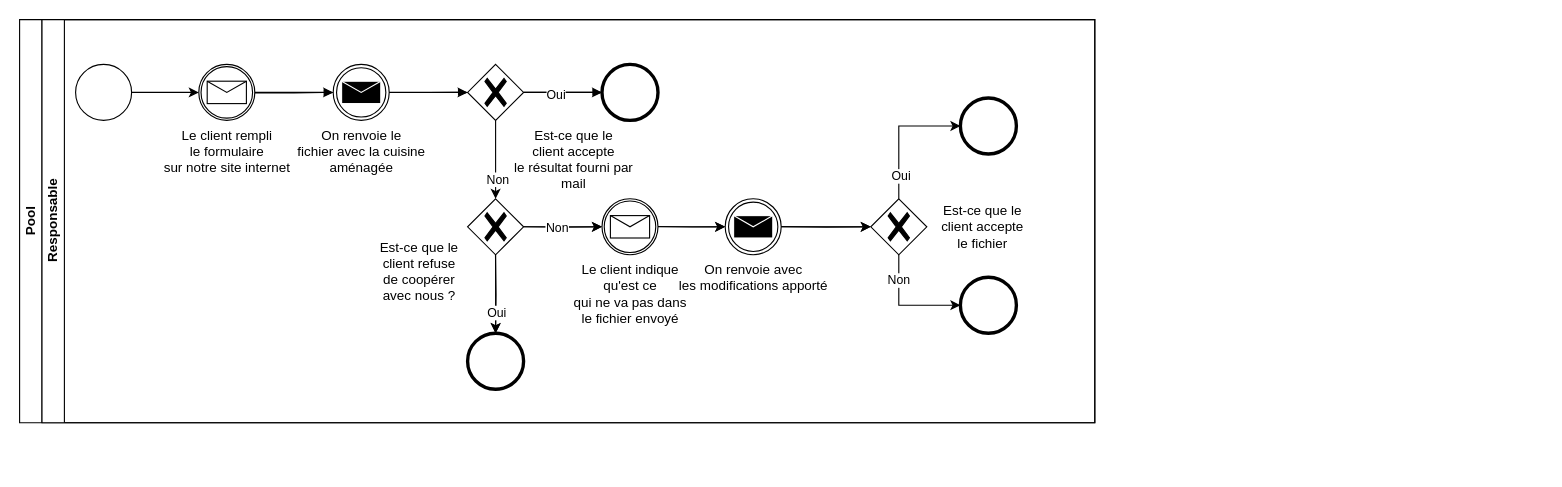
The draw.io diagram Livraison.drawio in quemet/Draw.io, before the edit. Source tidied: cells renumbered, new cells numbered last; positions are measured from the earlier drawing's top-left corner, leaving out a move shared by most shapes. Both pictures are drawn from the tidied source at 112%, with x=0, y=0 at pixel (19, 19).
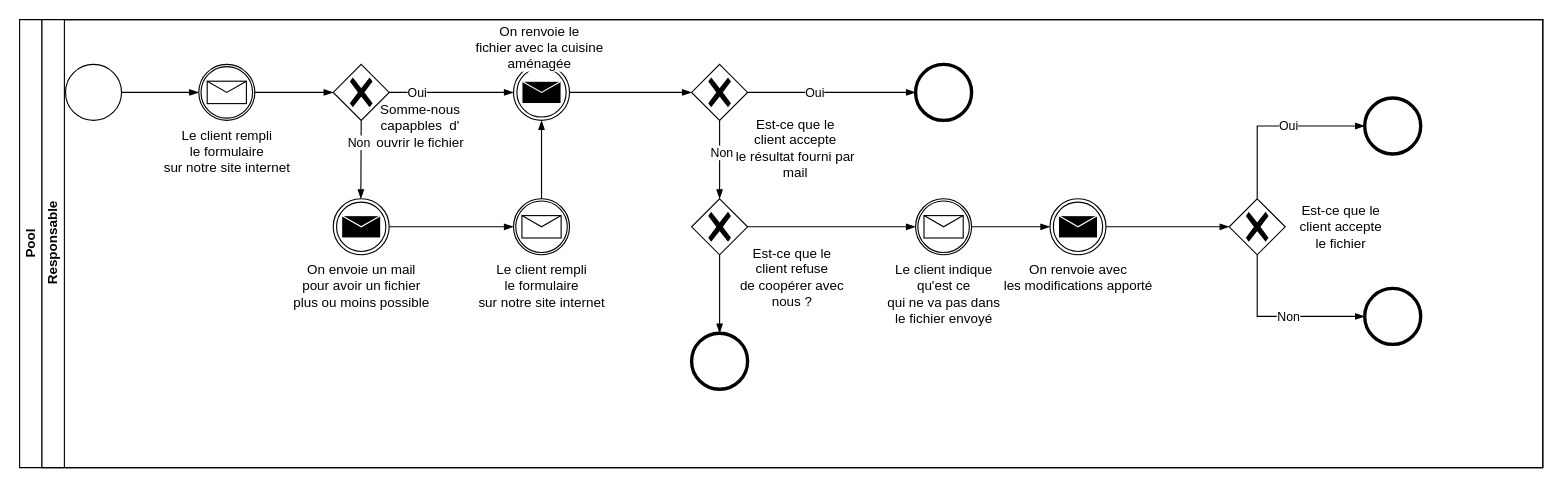
After the change.

Commit message:
Mettre à jour Livraison.drawio

Unchanged cells that the change refers to:
```xml
<mxCell id="9" value="Le client rempli &lt;br&gt;le formulaire &lt;br&gt;sur notre site internet" style="points=[[0.145,0.145,0],[0.5,0,0],[0.855,0.145,0],[1,0.5,0],[0.855,0.855,0],[0.5,1,0],[0.145,0.855,0],[0,0.5,0]];shape=mxgraph.bpmn.event;html=1;verticalLabelPosition=bottom;labelBackgroundColor=#ffffff;verticalAlign=top;align=center;perimeter=ellipsePerimeter;outlineConnect=0;outline=catching;symbol=message;" parent="3" vertex="1">
  <mxGeometry x="140" y="40" width="50" height="50" as="geometry" />
</mxCell>
```

The edit, as a diff of the source:
```diff
@@
     <mxCell id="2" value="Pool" style="swimlane;html=1;horizontal=0;startSize=20;whiteSpace=wrap;" parent="1" vertex="1">
-      <mxGeometry width="960" height="360" as="geometry" />
+      <mxGeometry width="1360" height="400" as="geometry" />
     </mxCell>
     <mxCell id="3" value="Responsable" style="swimlane;html=1;startSize=20;horizontal=0;" parent="1" vertex="1">
-      <mxGeometry x="20" width="940" height="360" as="geometry" />
+      <mxGeometry x="20" width="1340" height="400" as="geometry" />
     </mxCell>
-    <mxCell id="4" style="edgeStyle=orthogonalEdgeStyle;rounded=0;jettySize=auto;html=1;" parent="3" edge="1" source="5" target="9">
-      <mxGeometry relative="1" as="geometry" />
-    </mxCell>
     <mxCell id="5" style="points=[[0.145,0.145,0],[0.5,0,0],[0.855,0.145,0],[1,0.5,0],[0.855,0.855,0],[0.5,1,0],[0.145,0.855,0],[0,0.5,0]];shape=mxgraph.bpmn.event;html=1;verticalLabelPosition=bottom;labelBackgroundColor=#ffffff;verticalAlign=top;align=center;perimeter=ellipsePerimeter;outlineConnect=0;outline=standard;symbol=general;" parent="3" vertex="1">
-      <mxGeometry x="30" y="40" width="50" height="50" as="geometry" />
+      <mxGeometry x="21" y="40" width="50" height="50" as="geometry" />
     </mxCell>
-    <mxCell id="6" style="edgeStyle=orthogonalEdgeStyle;rounded=0;jettySize=auto;html=1;" parent="3" edge="1" source="7" target="13">
-      <mxGeometry relative="1" as="geometry" />
-    </mxCell>
-    <mxCell id="7" value="On renvoie le &lt;br&gt;fichier avec la cuisine &lt;br&gt;aménagée" style="points=[[0.145,0.145,0],[0.5,0,0],[0.855,0.145,0],[1,0.5,0],[0.855,0.855,0],[0.5,1,0],[0.145,0.855,0],[0,0.5,0]];shape=mxgraph.bpmn.event;html=1;verticalLabelPosition=bottom;labelBackgroundColor=#ffffff;verticalAlign=top;align=center;perimeter=ellipsePerimeter;outlineConnect=0;outline=throwing;symbol=message;" parent="3" vertex="1">
-      <mxGeometry x="260" y="40" width="50" height="50" as="geometry" />
+    <mxCell id="7" style="points=[[0.145,0.145,0],[0.5,0,0],[0.855,0.145,0],[1,0.5,0],[0.855,0.855,0],[0.5,1,0],[0.145,0.855,0],[0,0.5,0]];shape=mxgraph.bpmn.event;html=1;verticalLabelPosition=bottom;labelBackgroundColor=#ffffff;verticalAlign=top;align=center;perimeter=ellipsePerimeter;outlineConnect=0;outline=throwing;symbol=message;" parent="3" vertex="1">
+      <mxGeometry x="421" y="40" width="50" height="50" as="geometry" />
     </mxCell>
-    <mxCell id="8" style="edgeStyle=orthogonalEdgeStyle;rounded=0;jettySize=auto;html=1;" parent="3" edge="1" source="9" target="7">
-      <mxGeometry relative="1" as="geometry" />
-    </mxCell>
@@
-    <mxCell id="10" style="edgeStyle=orthogonalEdgeStyle;rounded=0;jettySize=auto;html=1;" parent="3" edge="1" source="13" target="14">
-      <mxGeometry relative="1" as="geometry" />
-    </mxCell>
-    <mxCell id="11" style="edgeStyle=orthogonalEdgeStyle;rounded=0;jettySize=auto;html=1;" parent="3" edge="1" source="13" target="17">
-      <mxGeometry relative="1" as="geometry" />
-    </mxCell>
-    <mxCell id="12" value="Non" style="edgeLabel;html=1;align=center;verticalAlign=middle;" parent="11" vertex="1">
-      <mxGeometry x="0.49" y="1" relative="1" as="geometry" />
-    </mxCell>
     <mxCell id="13" style="points=[[0.25,0.25,0],[0.5,0,0],[0.75,0.25,0],[1,0.5,0],[0.75,0.75,0],[0.5,1,0],[0.25,0.75,0],[0,0.5,0]];shape=mxgraph.bpmn.gateway2;html=1;verticalLabelPosition=bottom;labelBackgroundColor=#ffffff;verticalAlign=top;align=center;perimeter=rhombusPerimeter;outlineConnect=0;outline=none;symbol=none;gwType=exclusive;" parent="3" vertex="1">
-      <mxGeometry x="380" y="40" width="50" height="50" as="geometry" />
+      <mxGeometry x="580" y="160" width="50" height="50" as="geometry" />
     </mxCell>
     <mxCell id="14" style="points=[[0.145,0.145,0],[0.5,0,0],[0.855,0.145,0],[1,0.5,0],[0.855,0.855,0],[0.5,1,0],[0.145,0.855,0],[0,0.5,0]];shape=mxgraph.bpmn.event;html=1;verticalLabelPosition=bottom;labelBackgroundColor=#ffffff;verticalAlign=top;align=center;perimeter=ellipsePerimeter;outlineConnect=0;outline=end;symbol=terminate2;" parent="3" vertex="1">
-      <mxGeometry x="500" y="40" width="50" height="50" as="geometry" />
+      <mxGeometry x="780" y="40" width="50" height="50" as="geometry" />
     </mxCell>
-    <mxCell id="15" style="edgeStyle=orthogonalEdgeStyle;rounded=0;jettySize=auto;html=1;" parent="3" edge="1" source="17" target="18">
-      <mxGeometry relative="1" as="geometry" />
-    </mxCell>
-    <mxCell id="16" style="edgeStyle=orthogonalEdgeStyle;rounded=0;jettySize=auto;html=1;" parent="3" edge="1" source="17" target="20">
-      <mxGeometry relative="1" as="geometry" />
-    </mxCell>
     <mxCell id="17" style="points=[[0.25,0.25,0],[0.5,0,0],[0.75,0.25,0],[1,0.5,0],[0.75,0.75,0],[0.5,1,0],[0.25,0.75,0],[0,0.5,0]];shape=mxgraph.bpmn.gateway2;html=1;verticalLabelPosition=bottom;labelBackgroundColor=#ffffff;verticalAlign=top;align=center;perimeter=rhombusPerimeter;outlineConnect=0;outline=none;symbol=none;gwType=exclusive;" parent="3" vertex="1">
-      <mxGeometry x="380" y="160" width="50" height="50" as="geometry" />
+      <mxGeometry x="580" y="40" width="50" height="50" as="geometry" />
     </mxCell>
     <mxCell id="18" style="points=[[0.145,0.145,0],[0.5,0,0],[0.855,0.145,0],[1,0.5,0],[0.855,0.855,0],[0.5,1,0],[0.145,0.855,0],[0,0.5,0]];shape=mxgraph.bpmn.event;html=1;verticalLabelPosition=bottom;labelBackgroundColor=#ffffff;verticalAlign=top;align=center;perimeter=ellipsePerimeter;outlineConnect=0;outline=end;symbol=terminate2;" parent="3" vertex="1">
-      <mxGeometry x="380" y="280" width="50" height="50" as="geometry" />
+      <mxGeometry x="580" y="280" width="50" height="50" as="geometry" />
     </mxCell>
-    <mxCell id="19" style="edgeStyle=orthogonalEdgeStyle;rounded=0;jettySize=auto;html=1;" parent="3" edge="1" source="20" target="22">
-      <mxGeometry relative="1" as="geometry" />
-    </mxCell>
     <mxCell id="20" value="Le client indique &lt;br&gt;qu'est ce&lt;br&gt;qui ne va pas dans &lt;br&gt;le fichier envoyé" style="points=[[0.145,0.145,0],[0.5,0,0],[0.855,0.145,0],[1,0.5,0],[0.855,0.855,0],[0.5,1,0],[0.145,0.855,0],[0,0.5,0]];shape=mxgraph.bpmn.event;html=1;verticalLabelPosition=bottom;labelBackgroundColor=#ffffff;verticalAlign=top;align=center;perimeter=ellipsePerimeter;outlineConnect=0;outline=catching;symbol=message;" parent="3" vertex="1">
-      <mxGeometry x="500" y="160" width="50" height="50" as="geometry" />
+      <mxGeometry x="780" y="160" width="50" height="50" as="geometry" />
     </mxCell>
-    <mxCell id="21" style="edgeStyle=orthogonalEdgeStyle;rounded=0;jettySize=auto;html=1;" parent="3" edge="1" source="22" target="23">
-      <mxGeometry relative="1" as="geometry" />
-    </mxCell>
     <mxCell id="22" value="On renvoie avec &lt;br&gt;les modifications apporté" style="points=[[0.145,0.145,0],[0.5,0,0],[0.855,0.145,0],[1,0.5,0],[0.855,0.855,0],[0.5,1,0],[0.145,0.855,0],[0,0.5,0]];shape=mxgraph.bpmn.event;html=1;verticalLabelPosition=bottom;labelBackgroundColor=#ffffff;verticalAlign=top;align=center;perimeter=ellipsePerimeter;outlineConnect=0;outline=throwing;symbol=message;" parent="3" vertex="1">
-      <mxGeometry x="610" y="160" width="50" height="50" as="geometry" />
+      <mxGeometry x="900" y="160" width="50" height="50" as="geometry" />
     </mxCell>
     <mxCell id="23" style="points=[[0.25,0.25,0],[0.5,0,0],[0.75,0.25,0],[1,0.5,0],[0.75,0.75,0],[0.5,1,0],[0.25,0.75,0],[0,0.5,0]];shape=mxgraph.bpmn.gateway2;html=1;verticalLabelPosition=bottom;labelBackgroundColor=#ffffff;verticalAlign=top;align=center;perimeter=rhombusPerimeter;outlineConnect=0;outline=none;symbol=none;gwType=exclusive;" parent="3" vertex="1">
-      <mxGeometry x="740" y="160" width="50" height="50" as="geometry" />
+      <mxGeometry x="1060" y="160" width="50" height="50" as="geometry" />
     </mxCell>
     <mxCell id="24" style="points=[[0.145,0.145,0],[0.5,0,0],[0.855,0.145,0],[1,0.5,0],[0.855,0.855,0],[0.5,1,0],[0.145,0.855,0],[0,0.5,0]];shape=mxgraph.bpmn.event;html=1;verticalLabelPosition=bottom;labelBackgroundColor=#ffffff;verticalAlign=top;align=center;perimeter=ellipsePerimeter;outlineConnect=0;outline=end;symbol=terminate2;" parent="3" vertex="1">
-      <mxGeometry x="820" y="70" width="50" height="50" as="geometry" />
+      <mxGeometry x="1181" y="70" width="50" height="50" as="geometry" />
     </mxCell>
     <mxCell id="25" style="points=[[0.145,0.145,0],[0.5,0,0],[0.855,0.145,0],[1,0.5,0],[0.855,0.855,0],[0.5,1,0],[0.145,0.855,0],[0,0.5,0]];shape=mxgraph.bpmn.event;html=1;verticalLabelPosition=bottom;labelBackgroundColor=#ffffff;verticalAlign=top;align=center;perimeter=ellipsePerimeter;outlineConnect=0;outline=end;symbol=terminate2;" parent="3" vertex="1">
-      <mxGeometry x="820" y="230" width="50" height="50" as="geometry" />
+      <mxGeometry x="1181" y="240" width="50" height="50" as="geometry" />
     </mxCell>
-    <mxCell id="26" style="edgeStyle=elbowEdgeStyle;fontSize=12;html=1;endArrow=blockThin;endFill=1;rounded=0;entryX=0;entryY=0.5;entryDx=0;entryDy=0;entryPerimeter=0;" parent="3" edge="1" target="7">
-      <mxGeometry relative="1" as="geometry">
-        <mxPoint x="190" y="65.5" as="sourcePoint" />
-      </mxGeometry>
-    </mxCell>
-    <mxCell id="27" style="edgeStyle=elbowEdgeStyle;fontSize=12;html=1;endArrow=blockThin;endFill=1;rounded=0;entryX=0;entryY=0.5;entryDx=0;entryDy=0;entryPerimeter=0;" parent="3" edge="1" target="13">
-      <mxGeometry relative="1" as="geometry">
-        <mxPoint x="310" y="65.1" as="sourcePoint" />
-      </mxGeometry>
-    </mxCell>
-    <mxCell id="28" style="edgeStyle=elbowEdgeStyle;fontSize=12;html=1;endArrow=blockThin;endFill=1;rounded=0;entryX=0;entryY=0.5;entryDx=0;entryDy=0;entryPerimeter=0;elbow=vertical;" parent="3" edge="1" target="14">
-      <mxGeometry relative="1" as="geometry">
-        <mxPoint x="430" y="65" as="sourcePoint" />
-      </mxGeometry>
-    </mxCell>
-    <mxCell id="29" value="Oui" style="edgeLabel;html=1;align=center;verticalAlign=middle;" parent="28" vertex="1">
-      <mxGeometry x="-0.2" y="-1" relative="1" as="geometry" />
-    </mxCell>
-    <mxCell id="30" style="edgeStyle=orthogonalEdgeStyle;rounded=0;jettySize=auto;html=1;entryX=0.5;entryY=0;entryDx=0;entryDy=0;entryPerimeter=0;" parent="3" edge="1" target="18">
-      <mxGeometry relative="1" as="geometry">
-        <mxPoint x="404.9" y="210" as="sourcePoint" />
-      </mxGeometry>
-    </mxCell>
-    <mxCell id="31" value="Oui" style="edgeLabel;html=1;align=center;verticalAlign=middle;" parent="30" vertex="1">
-      <mxGeometry x="0.49" relative="1" as="geometry" />
-    </mxCell>
-    <mxCell id="32" style="edgeStyle=orthogonalEdgeStyle;rounded=0;jettySize=auto;html=1;entryX=0;entryY=0.5;entryDx=0;entryDy=0;entryPerimeter=0;" parent="3" edge="1" target="20">
-      <mxGeometry relative="1" as="geometry">
-        <mxPoint x="430" y="184.9" as="sourcePoint" />
-      </mxGeometry>
-    </mxCell>
-    <mxCell id="33" value="Non" style="edgeLabel;html=1;align=center;verticalAlign=middle;" parent="32" vertex="1">
-      <mxGeometry x="-0.15" relative="1" as="geometry" />
-    </mxCell>
-    <mxCell id="34" style="edgeStyle=orthogonalEdgeStyle;rounded=0;jettySize=auto;html=1;entryX=0;entryY=0.5;entryDx=0;entryDy=0;entryPerimeter=0;" parent="3" edge="1" target="22">
-      <mxGeometry relative="1" as="geometry">
-        <mxPoint x="550" y="184.7" as="sourcePoint" />
-      </mxGeometry>
-    </mxCell>
-    <mxCell id="35" style="edgeStyle=orthogonalEdgeStyle;rounded=0;jettySize=auto;html=1;entryX=0;entryY=0.5;entryDx=0;entryDy=0;entryPerimeter=0;" parent="3" edge="1" target="23">
-      <mxGeometry relative="1" as="geometry">
-        <mxPoint x="660" y="184.8" as="sourcePoint" />
-      </mxGeometry>
-    </mxCell>
-    <mxCell id="36" style="edgeStyle=orthogonalEdgeStyle;rounded=0;jettySize=auto;html=1;entryX=0;entryY=0.5;entryDx=0;entryDy=0;entryPerimeter=0;" parent="3" edge="1" target="24">
-      <mxGeometry relative="1" as="geometry">
-        <mxPoint x="765" y="160" as="sourcePoint" />
-        <Array as="points">
-          <mxPoint x="765" y="95" />
-        </Array>
-      </mxGeometry>
-    </mxCell>
-    <mxCell id="37" value="Oui" style="edgeLabel;html=1;align=center;verticalAlign=middle;" parent="36" vertex="1">
-      <mxGeometry x="-0.65" y="-1" relative="1" as="geometry" />
-    </mxCell>
-    <mxCell id="38" style="edgeStyle=orthogonalEdgeStyle;rounded=0;jettySize=auto;html=1;" parent="3" edge="1" target="25">
-      <mxGeometry relative="1" as="geometry">
-        <mxPoint x="765" y="210" as="sourcePoint" />
-        <Array as="points">
-          <mxPoint x="765" y="255" />
-        </Array>
-      </mxGeometry>
-    </mxCell>
-    <mxCell id="39" value="Non" style="edgeLabel;html=1;align=center;verticalAlign=middle;" parent="38" vertex="1">
-      <mxGeometry x="-0.57" y="-1" relative="1" as="geometry" />
-    </mxCell>
-    <mxCell id="40" value="Est-ce que le client accepte le fichier" style="text;html=1;strokeColor=none;fillColor=none;align=center;verticalAlign=middle;whiteSpace=wrap;rounded=0;" parent="3" vertex="1">
-      <mxGeometry x="800" y="170" width="80" height="30" as="geometry" />
-    </mxCell>
+    <mxCell id="43" style="points=[[0.25,0.25,0],[0.5,0,0],[0.75,0.25,0],[1,0.5,0],[0.75,0.75,0],[0.5,1,0],[0.25,0.75,0],[0,0.5,0]];shape=mxgraph.bpmn.gateway2;html=1;verticalLabelPosition=bottom;labelBackgroundColor=#ffffff;verticalAlign=top;align=center;perimeter=rhombusPerimeter;outlineConnect=0;outline=none;symbol=none;gwType=exclusive;" parent="3" vertex="1">
+      <mxGeometry x="260" y="40" width="50" height="50" as="geometry" />
+    </mxCell>
+    <mxCell id="44" value="On envoie un mail &lt;br&gt;pour avoir un fichier &lt;br&gt;plus ou moins possible" style="points=[[0.145,0.145,0],[0.5,0,0],[0.855,0.145,0],[1,0.5,0],[0.855,0.855,0],[0.5,1,0],[0.145,0.855,0],[0,0.5,0]];shape=mxgraph.bpmn.event;html=1;verticalLabelPosition=bottom;labelBackgroundColor=#ffffff;verticalAlign=top;align=center;perimeter=ellipsePerimeter;outlineConnect=0;outline=throwing;symbol=message;" parent="3" vertex="1">
+      <mxGeometry x="260" y="160" width="50" height="50" as="geometry" />
+    </mxCell>
+    <mxCell id="4" style="edgeStyle=elbowEdgeStyle;fontSize=12;html=1;endArrow=blockThin;endFill=1;rounded=0;entryX=0;entryY=0.5;entryDx=0;entryDy=0;entryPerimeter=0;exitX=1;exitY=0.5;exitDx=0;exitDy=0;exitPerimeter=0;" parent="3" edge="1" source="5" target="9">
+      <mxGeometry relative="1" as="geometry" />
+    </mxCell>
+    <mxCell id="45" style="edgeStyle=elbowEdgeStyle;fontSize=12;html=1;endArrow=blockThin;endFill=1;rounded=0;exitX=1;exitY=0.5;exitDx=0;exitDy=0;exitPerimeter=0;entryX=0;entryY=0.5;entryDx=0;entryDy=0;entryPerimeter=0;" parent="3" edge="1" source="9" target="43">
+      <mxGeometry relative="1" as="geometry" />
+    </mxCell>
+    <mxCell id="46" style="edgeStyle=elbowEdgeStyle;fontSize=12;html=1;endArrow=blockThin;endFill=1;rounded=0;entryX=0;entryY=0.5;entryDx=0;entryDy=0;entryPerimeter=0;exitX=1;exitY=0.5;exitDx=0;exitDy=0;exitPerimeter=0;" parent="3" edge="1" source="43" target="7">
+      <mxGeometry relative="1" as="geometry" />
+    </mxCell>
+    <mxCell id="47" value="Oui" style="edgeLabel;html=1;align=center;verticalAlign=middle;" parent="46" vertex="1">
+      <mxGeometry x="-0.56" relative="1" as="geometry" />
+    </mxCell>
+    <mxCell id="48" style="edgeStyle=elbowEdgeStyle;fontSize=12;html=1;endArrow=blockThin;endFill=1;rounded=0;entryX=0.5;entryY=0;entryDx=0;entryDy=0;entryPerimeter=0;exitX=0.5;exitY=1;exitDx=0;exitDy=0;exitPerimeter=0;" parent="3" edge="1" source="43" target="44">
+      <mxGeometry relative="1" as="geometry">
+        <Array as="points">
+          <mxPoint x="284.7" y="140" />
+        </Array>
+      </mxGeometry>
+    </mxCell>
+    <mxCell id="49" value="Non" style="edgeLabel;html=1;align=center;verticalAlign=middle;" parent="48" vertex="1">
+      <mxGeometry x="-0.42" y="-2" relative="1" as="geometry" />
+    </mxCell>
+    <mxCell id="50" style="edgeStyle=elbowEdgeStyle;fontSize=12;html=1;endArrow=blockThin;endFill=1;rounded=0;exitX=1;exitY=0.5;exitDx=0;exitDy=0;exitPerimeter=0;entryX=0;entryY=0.5;entryDx=0;entryDy=0;entryPerimeter=0;" parent="3" edge="1" source="7" target="17">
+      <mxGeometry relative="1" as="geometry" />
+    </mxCell>
+    <mxCell id="51" style="edgeStyle=elbowEdgeStyle;fontSize=12;html=1;endArrow=blockThin;endFill=1;rounded=0;exitX=1;exitY=0.5;exitDx=0;exitDy=0;exitPerimeter=0;entryX=0;entryY=0.5;entryDx=0;entryDy=0;entryPerimeter=0;" parent="3" edge="1" source="17" target="14">
+      <mxGeometry relative="1" as="geometry" />
+    </mxCell>
+    <mxCell id="52" value="Oui" style="edgeLabel;html=1;align=center;verticalAlign=middle;" parent="51" vertex="1">
+      <mxGeometry x="-0.21" relative="1" as="geometry" />
+    </mxCell>
+    <mxCell id="53" style="edgeStyle=elbowEdgeStyle;fontSize=12;html=1;endArrow=blockThin;endFill=1;rounded=0;entryX=0.5;entryY=0;entryDx=0;entryDy=0;entryPerimeter=0;exitX=0.5;exitY=1;exitDx=0;exitDy=0;exitPerimeter=0;" parent="3" edge="1" source="17" target="13">
+      <mxGeometry relative="1" as="geometry" />
+    </mxCell>
+    <mxCell id="54" value="Non" style="edgeLabel;html=1;align=center;verticalAlign=middle;" parent="53" vertex="1">
+      <mxGeometry x="-0.21" y="1" relative="1" as="geometry" />
+    </mxCell>
+    <mxCell id="55" style="edgeStyle=elbowEdgeStyle;fontSize=12;html=1;endArrow=blockThin;endFill=1;rounded=0;exitX=0.5;exitY=1;exitDx=0;exitDy=0;exitPerimeter=0;entryX=0.5;entryY=0;entryDx=0;entryDy=0;entryPerimeter=0;" parent="3" edge="1" source="13" target="18">
+      <mxGeometry relative="1" as="geometry" />
+    </mxCell>
+    <mxCell id="56" style="edgeStyle=elbowEdgeStyle;fontSize=12;html=1;endArrow=blockThin;endFill=1;rounded=0;exitX=1;exitY=0.5;exitDx=0;exitDy=0;exitPerimeter=0;entryX=0;entryY=0.5;entryDx=0;entryDy=0;entryPerimeter=0;" parent="3" edge="1" source="13" target="20">
+      <mxGeometry relative="1" as="geometry" />
+    </mxCell>
+    <mxCell id="19" style="edgeStyle=elbowEdgeStyle;fontSize=12;html=1;endArrow=blockThin;endFill=1;rounded=0;exitX=1;exitY=0.5;exitDx=0;exitDy=0;exitPerimeter=0;entryX=0;entryY=0.5;entryDx=0;entryDy=0;entryPerimeter=0;" parent="3" edge="1" source="20" target="22">
+      <mxGeometry relative="1" as="geometry" />
+    </mxCell>
+    <mxCell id="21" style="edgeStyle=elbowEdgeStyle;fontSize=12;html=1;endArrow=blockThin;endFill=1;rounded=0;exitX=1;exitY=0.5;exitDx=0;exitDy=0;exitPerimeter=0;entryX=0;entryY=0.5;entryDx=0;entryDy=0;entryPerimeter=0;" parent="3" edge="1" source="22" target="23">
+      <mxGeometry relative="1" as="geometry" />
+    </mxCell>
+    <mxCell id="57" style="edgeStyle=elbowEdgeStyle;fontSize=12;html=1;endArrow=blockThin;endFill=1;rounded=0;entryX=0;entryY=0.5;entryDx=0;entryDy=0;entryPerimeter=0;exitX=0.5;exitY=0;exitDx=0;exitDy=0;exitPerimeter=0;" parent="3" edge="1" source="23" target="24">
+      <mxGeometry relative="1" as="geometry">
+        <Array as="points">
+          <mxPoint x="1085" y="130" />
+        </Array>
+      </mxGeometry>
+    </mxCell>
+    <mxCell id="58" value="Oui" style="edgeLabel;html=1;align=center;verticalAlign=middle;" parent="57" vertex="1">
+      <mxGeometry x="0.14" y="1" relative="1" as="geometry" />
+    </mxCell>
+    <mxCell id="59" style="edgeStyle=elbowEdgeStyle;fontSize=12;html=1;endArrow=blockThin;endFill=1;rounded=0;exitX=0.5;exitY=1;exitDx=0;exitDy=0;exitPerimeter=0;entryX=0;entryY=0.5;entryDx=0;entryDy=0;entryPerimeter=0;" parent="3" edge="1" source="23" target="25">
+      <mxGeometry relative="1" as="geometry">
+        <Array as="points">
+          <mxPoint x="1085" y="240" />
+        </Array>
+      </mxGeometry>
+    </mxCell>
+    <mxCell id="60" value="Non" style="edgeLabel;html=1;align=center;verticalAlign=middle;" parent="59" vertex="1">
+      <mxGeometry x="0.09" relative="1" as="geometry" />
+    </mxCell>
     <mxCell id="41" value="Est-ce que le&lt;br style=&quot;border-color: var(--border-color);&quot;&gt;&lt;span style=&quot;background-color: rgb(255, 255, 255);&quot;&gt;client accepte&lt;/span&gt;&lt;br style=&quot;border-color: var(--border-color);&quot;&gt;&lt;span style=&quot;background-color: rgb(255, 255, 255);&quot;&gt;le résultat fourni par mail&lt;/span&gt;" style="text;html=1;strokeColor=none;fillColor=none;align=center;verticalAlign=middle;whiteSpace=wrap;rounded=0;" parent="3" vertex="1">
-      <mxGeometry x="410" y="110" width="130" height="30" as="geometry" />
+      <mxGeometry x="608" y="100" width="130" height="30" as="geometry" />
     </mxCell>
     <mxCell id="42" value="Est-ce que le client refuse&lt;br style=&quot;border-color: var(--border-color);&quot;&gt;&lt;span style=&quot;background-color: rgb(255, 255, 255);&quot;&gt;de coopérer avec nous ?&lt;/span&gt;" style="text;html=1;strokeColor=none;fillColor=none;align=center;verticalAlign=middle;whiteSpace=wrap;rounded=0;" parent="3" vertex="1">
-      <mxGeometry x="290" y="210" width="94" height="30" as="geometry" />
+      <mxGeometry x="620" y="200" width="100" height="60" as="geometry" />
     </mxCell>
+    <mxCell id="40" value="Est-ce que le client accepte le fichier" style="text;html=1;strokeColor=none;fillColor=none;align=center;verticalAlign=middle;whiteSpace=wrap;rounded=0;" parent="3" vertex="1">
+      <mxGeometry x="1120" y="170" width="80" height="30" as="geometry" />
+    </mxCell>
+    <mxCell id="61" value="Le client rempli &lt;br&gt;le formulaire &lt;br&gt;sur notre site internet" style="points=[[0.145,0.145,0],[0.5,0,0],[0.855,0.145,0],[1,0.5,0],[0.855,0.855,0],[0.5,1,0],[0.145,0.855,0],[0,0.5,0]];shape=mxgraph.bpmn.event;html=1;verticalLabelPosition=bottom;labelBackgroundColor=#ffffff;verticalAlign=top;align=center;perimeter=ellipsePerimeter;outlineConnect=0;outline=catching;symbol=message;" parent="3" vertex="1">
+      <mxGeometry x="421" y="160" width="50" height="50" as="geometry" />
+    </mxCell>
+    <mxCell id="62" style="edgeStyle=elbowEdgeStyle;fontSize=12;html=1;endArrow=blockThin;endFill=1;rounded=0;exitX=1;exitY=0.5;exitDx=0;exitDy=0;exitPerimeter=0;entryX=0;entryY=0.5;entryDx=0;entryDy=0;entryPerimeter=0;" parent="3" edge="1" source="44" target="61">
+      <mxGeometry relative="1" as="geometry" />
+    </mxCell>
+    <mxCell id="63" style="edgeStyle=elbowEdgeStyle;fontSize=12;html=1;endArrow=blockThin;endFill=1;rounded=0;exitX=0.5;exitY=0;exitDx=0;exitDy=0;exitPerimeter=0;entryX=0.5;entryY=1;entryDx=0;entryDy=0;entryPerimeter=0;" parent="3" edge="1" source="61" target="7">
+      <mxGeometry relative="1" as="geometry" />
+    </mxCell>
+    <mxCell id="64" value="On renvoie le&lt;br style=&quot;border-color: var(--border-color);&quot;&gt;&lt;span style=&quot;background-color: rgb(255, 255, 255);&quot;&gt;fichier avec la cuisine&lt;/span&gt;&lt;br style=&quot;border-color: var(--border-color);&quot;&gt;&lt;span style=&quot;background-color: rgb(255, 255, 255);&quot;&gt;aménagée&lt;/span&gt;" style="text;html=1;strokeColor=none;fillColor=none;align=center;verticalAlign=middle;whiteSpace=wrap;rounded=0;" parent="3" vertex="1">
+      <mxGeometry x="374.5" width="138.5" height="50" as="geometry" />
+    </mxCell>
+    <mxCell id="65" value="Somme-nous capapbles&amp;nbsp; d' ouvrir le fichier" style="text;html=1;strokeColor=none;fillColor=none;align=center;verticalAlign=middle;whiteSpace=wrap;rounded=0;" parent="3" vertex="1">
+      <mxGeometry x="293" y="80" width="90" height="30" as="geometry" />
+    </mxCell>
```
